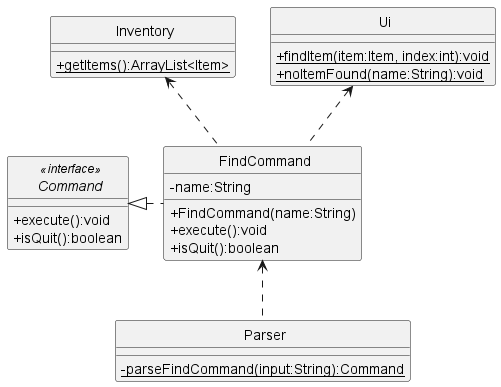
The PlantUML diagram docs/uml-diagrams/FindCommandClass.png in rismm/tp, before a commit.
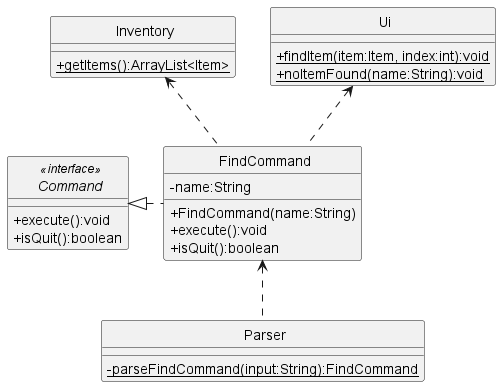
The same diagram one commit later.

The edit, as a diff of the source:
```diff
@@ -36,6 +36,6 @@
 }
 
 class Parser {
-    {static}-parseFindCommand(input:String):Command
+    {static}-parseFindCommand(input:String):FindCommand
 }
 @enduml
```
